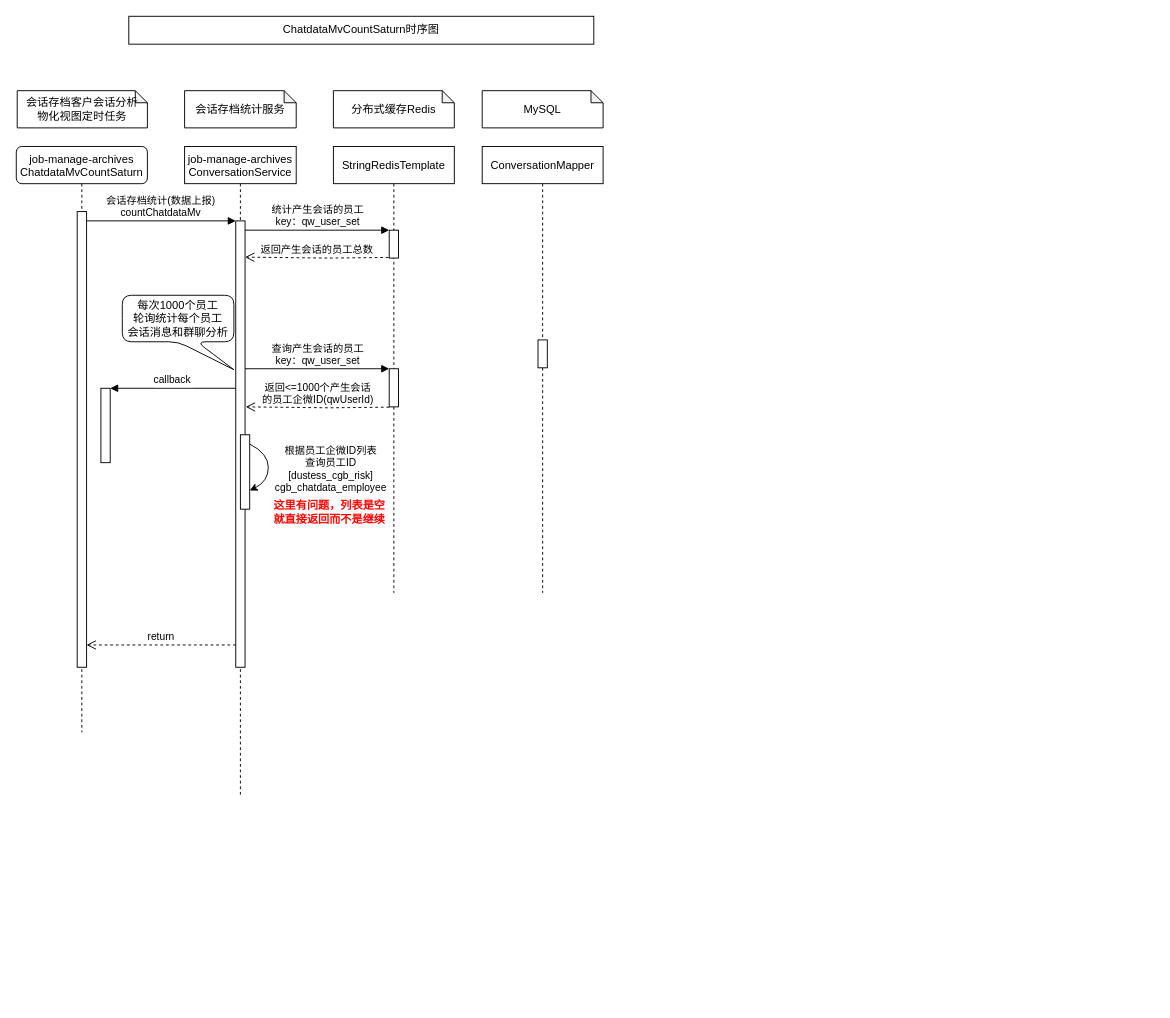
Before: ChatdataMvCountSaturn时序图.drawio in wpbxin/diagrams, a draw.io diagram. Source tidied: cells renumbered, new cells numbered last; positions are measured from the earlier drawing's top-left corner, leaving out a move shared by most shapes. Both pictures are drawn from the tidied source at 93%, with x=0, y=0 at pixel (16, 16).
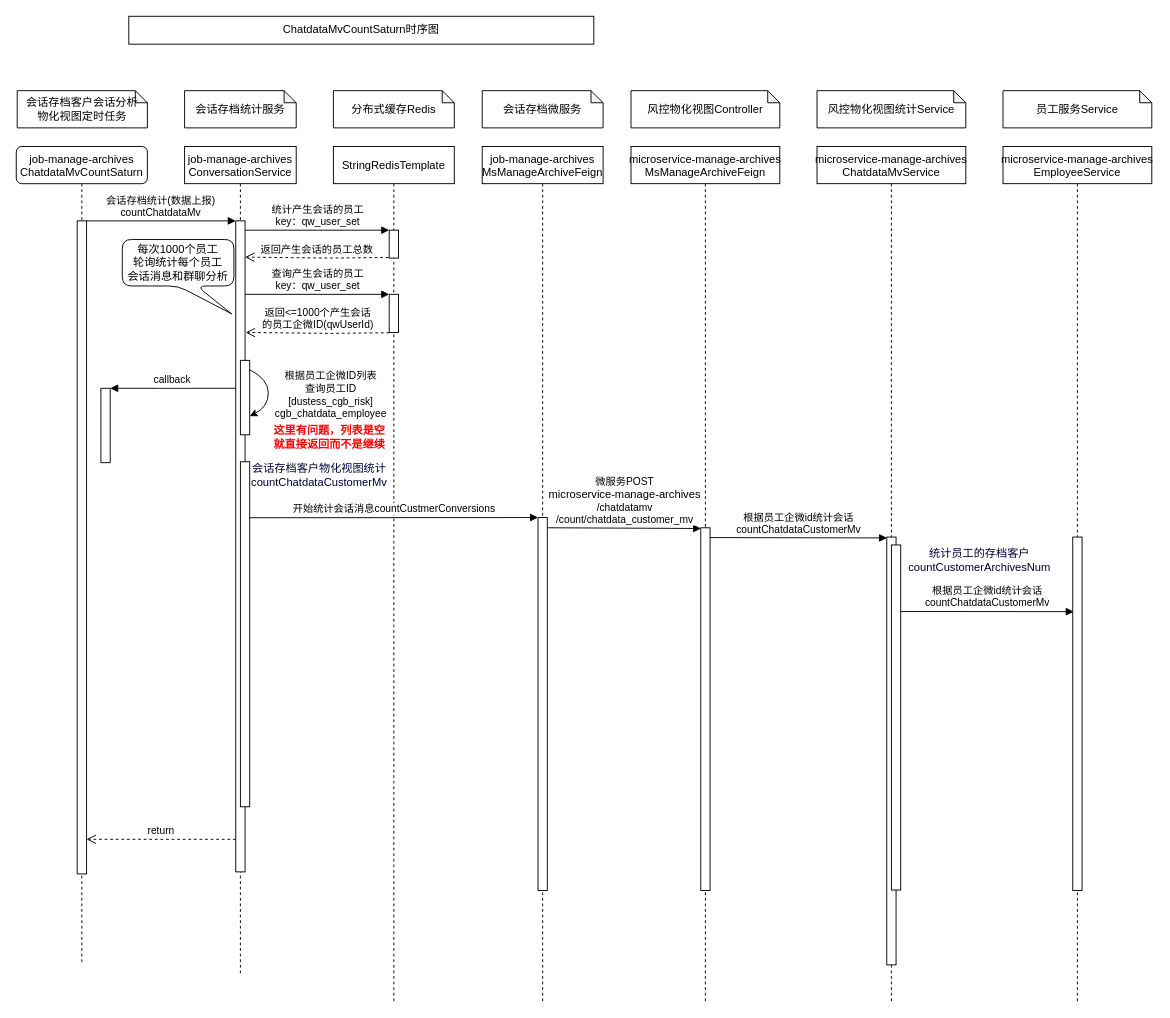
The same diagram, later.

Diff of the diagram source:
```diff
@@
     <mxCell id="2" value="job-manage-archives&#10;ConversationService" style="shape=umlLifeline;perimeter=lifelinePerimeter;rounded=0;shadow=0;strokeWidth=1;" parent="1" vertex="1">
-      <mxGeometry x="181" y="140" width="120" height="700" as="geometry" />
+      <mxGeometry x="181" y="140" width="120" height="890" as="geometry" />
     </mxCell>
     <mxCell id="3" style="points=[];perimeter=orthogonalPerimeter;rounded=0;shadow=0;strokeWidth=1;" parent="2" vertex="1">
-      <mxGeometry x="55" y="80" width="10" height="480" as="geometry" />
+      <mxGeometry x="55" y="80" width="10" height="700" as="geometry" />
     </mxCell>
     <mxCell id="4" style="perimeter=orthogonalPerimeter;rounded=0;shadow=0;strokeWidth=1;" parent="2" vertex="1">
-      <mxGeometry x="60" y="310" width="10" height="80" as="geometry" />
+      <mxGeometry x="60" y="230" width="10" height="80" as="geometry" />
     </mxCell>
+    <mxCell id="30" style="perimeter=orthogonalPerimeter;rounded=0;shadow=0;strokeWidth=1;" parent="2" vertex="1">
+      <mxGeometry x="60" y="339" width="10" height="371" as="geometry" />
+    </mxCell>
+    <mxCell id="31" value="&lt;font color=&quot;#000033&quot;&gt;会话存档客户物化视图统计&lt;br&gt;countChatdataCustomerMv&lt;/font&gt;" style="text;html=1;strokeColor=none;fillColor=none;align=center;verticalAlign=middle;whiteSpace=wrap;rounded=0;" parent="2" vertex="1">
+      <mxGeometry x="70" y="339" width="150" height="30" as="geometry" />
+    </mxCell>
@@
     <mxCell id="12" value="StringRedisTemplate" style="shape=umlLifeline;perimeter=lifelinePerimeter;rounded=0;shadow=0;strokeWidth=1;" parent="1" vertex="1">
-      <mxGeometry x="341" y="140" width="130" height="480" as="geometry" />
+      <mxGeometry x="341" y="140" width="130" height="920" as="geometry" />
     </mxCell>
@@
     <mxCell id="14" style="perimeter=orthogonalPerimeter;rounded=0;shadow=0;strokeWidth=1;" parent="12" vertex="1">
-      <mxGeometry x="60" y="239" width="10" height="41" as="geometry" />
+      <mxGeometry x="60" y="159" width="10" height="41" as="geometry" />
     </mxCell>
     <mxCell id="15" value="查询产生会话的员工&lt;br&gt;key：qw_user_set" style="html=1;verticalAlign=bottom;endArrow=block;rounded=0;" parent="12" edge="1">
       <mxGeometry relative="1" as="geometry">
-        <mxPoint x="-95" y="239" as="sourcePoint" />
-        <mxPoint x="60" y="239" as="targetPoint" />
+        <mxPoint x="-95" y="159" as="sourcePoint" />
+        <mxPoint x="60" y="159" as="targetPoint" />
       </mxGeometry>
     </mxCell>
     <mxCell id="16" value="&lt;b&gt;&lt;font color=&quot;#ff0000&quot;&gt;这里有问题，列表是空就直接返回而不是继续&lt;/font&gt;&lt;/b&gt;" style="text;html=1;strokeColor=none;fillColor=none;align=center;verticalAlign=middle;whiteSpace=wrap;rounded=0;" parent="12" vertex="1">
-      <mxGeometry x="-69" y="378" width="130" height="30" as="geometry" />
+      <mxGeometry x="-69" y="298" width="130" height="30" as="geometry" />
     </mxCell>
@@
     <mxCell id="19" style="group;" parent="1" vertex="1">
-      <mxGeometry y="140" width="141" height="630" as="geometry" />
+      <mxGeometry y="140" width="141" height="880" as="geometry" />
     </mxCell>
     <mxCell id="20" value="job-manage-archives&#10;ChatdataMvCountSaturn" style="shape=umlLifeline;perimeter=lifelinePerimeter;rounded=1;shadow=0;strokeWidth=1;" parent="19" vertex="1">
-      <mxGeometry width="141" height="630" as="geometry" />
+      <mxGeometry width="141" height="880" as="geometry" />
     </mxCell>
     <mxCell id="21" style="points=[];perimeter=orthogonalPerimeter;rounded=0;shadow=0;strokeWidth=1;" parent="19" vertex="1">
-      <mxGeometry x="65.5" y="70" width="10.1" height="490" as="geometry" />
+      <mxGeometry x="65.5" y="80" width="10.1" height="702.2" as="geometry" />
     </mxCell>
@@
-    <mxCell id="23" value="MySQL" style="shape=note;whiteSpace=wrap;html=1;backgroundOutline=1;darkOpacity=0.05;size=13;" parent="1" vertex="1">
+    <mxCell id="23" value="会话存档微服务" style="shape=note;whiteSpace=wrap;html=1;backgroundOutline=1;darkOpacity=0.05;size=13;" parent="1" vertex="1">
       <mxGeometry x="501" y="80" width="130" height="40" as="geometry" />
     </mxCell>
-    <mxCell id="24" value="ConversationMapper" style="shape=umlLifeline;perimeter=lifelinePerimeter;rounded=0;shadow=0;strokeWidth=1;" parent="1" vertex="1">
-      <mxGeometry x="501" y="140" width="130" height="480" as="geometry" />
+    <mxCell id="24" value="job-manage-archives&#10;MsManageArchiveFeign" style="shape=umlLifeline;perimeter=lifelinePerimeter;rounded=0;shadow=0;strokeWidth=1;" parent="1" vertex="1">
+      <mxGeometry x="501" y="140" width="130" height="920" as="geometry" />
     </mxCell>
     <mxCell id="25" style="perimeter=orthogonalPerimeter;rounded=0;shadow=0;strokeWidth=1;" parent="24" vertex="1">
-      <mxGeometry x="60" y="208" width="10" height="30" as="geometry" />
+      <mxGeometry x="60" y="399" width="10" height="401" as="geometry" />
     </mxCell>
     <mxCell id="26" value="返回&amp;lt;=1000个产生会话&lt;br&gt;的员工企微ID(qwUserId)" style="html=1;verticalAlign=bottom;endArrow=open;dashed=1;endSize=8;rounded=0;exitX=-0.067;exitY=0.978;exitDx=0;exitDy=0;exitPerimeter=0;" parent="1" edge="1">
       <mxGeometry relative="1" as="geometry">
-        <mxPoint x="401" y="420.3" as="sourcePoint" />
-        <mxPoint x="246.7" y="420" as="targetPoint" />
+        <mxPoint x="401" y="340.3" as="sourcePoint" />
+        <mxPoint x="246.7" y="340" as="targetPoint" />
         <Array as="points">
-          <mxPoint x="336.7" y="421" />
+          <mxPoint x="336.7" y="341" />
         </Array>
       </mxGeometry>
     </mxCell>
     <mxCell id="27" style="curved=1;endArrow=classic;html=1;rounded=0;" parent="1" edge="1">
       <mxGeometry relative="1" as="geometry">
-        <mxPoint x="251" y="460" as="sourcePoint" />
-        <mxPoint x="251" y="510" as="targetPoint" />
+        <mxPoint x="251" y="380" as="sourcePoint" />
+        <mxPoint x="251" y="430" as="targetPoint" />
         <Array as="points">
-          <mxPoint x="271" y="470" />
-          <mxPoint x="271" y="500" />
+          <mxPoint x="271" y="390" />
+          <mxPoint x="271" y="420" />
         </Array>
       </mxGeometry>
     </mxCell>
@@
-    <mxCell id="29" value="每次1000个员工&lt;br&gt;轮询统计每个员工&lt;br&gt;会话消息和群聊分析" style="shape=callout;whiteSpace=wrap;html=1;perimeter=calloutPerimeter;rounded=1;position2=1;" parent="1" vertex="1">
-      <mxGeometry x="114" y="300" width="120" height="80" as="geometry" />
+    <mxCell id="29" value="每次1000个员工&lt;br&gt;轮询统计每个员工&lt;br&gt;会话消息和群聊分析" style="shape=callout;whiteSpace=wrap;html=1;perimeter=calloutPerimeter;rounded=1;position2=0.98;" parent="1" vertex="1">
+      <mxGeometry x="114" y="240" width="120" height="80" as="geometry" />
     </mxCell>
+    <mxCell id="32" value="开始统计会话消息countCustmerConversions" style="html=1;verticalAlign=bottom;endArrow=block;rounded=0;exitX=0.957;exitY=0.156;exitDx=0;exitDy=0;exitPerimeter=0;" parent="1" edge="1">
+      <mxGeometry relative="1" as="geometry">
+        <mxPoint x="250.6" y="539.2" as="sourcePoint" />
+        <mxPoint x="561" y="539" as="targetPoint" />
+      </mxGeometry>
+    </mxCell>
+    <mxCell id="33" value="风控物化视图Controller" style="shape=note;whiteSpace=wrap;html=1;backgroundOutline=1;darkOpacity=0.05;size=13;" parent="1" vertex="1">
+      <mxGeometry x="661" y="80" width="160" height="40" as="geometry" />
+    </mxCell>
+    <mxCell id="34" value="microservice-manage-archives&#10;MsManageArchiveFeign" style="shape=umlLifeline;perimeter=lifelinePerimeter;rounded=0;shadow=0;strokeWidth=1;" parent="1" vertex="1">
+      <mxGeometry x="661" y="140" width="160" height="920" as="geometry" />
+    </mxCell>
+    <mxCell id="35" style="points=[];perimeter=orthogonalPerimeter;rounded=0;shadow=0;strokeWidth=1;" parent="34" vertex="1">
+      <mxGeometry x="75" y="410" width="10" height="390" as="geometry" />
+    </mxCell>
+    <mxCell id="36" value="&lt;span style=&quot;background-color: rgb(255 , 255 , 255)&quot;&gt;微服务POST&lt;br&gt;&lt;span style=&quot;font-size: 12px&quot;&gt;microservice-manage-archives&lt;/span&gt;&lt;br&gt;/chatdatamv&lt;br&gt;/count/chatdata_customer_mv&lt;/span&gt;" style="html=1;verticalAlign=bottom;endArrow=block;rounded=0;entryX=0.029;entryY=0.002;entryDx=0;entryDy=0;entryPerimeter=0;" parent="34" edge="1" target="35">
+      <mxGeometry relative="1" as="geometry">
+        <mxPoint x="-90" y="410" as="sourcePoint" />
+      </mxGeometry>
+    </mxCell>
+    <mxCell id="37" value="风控物化视图统计Service" style="shape=note;whiteSpace=wrap;html=1;backgroundOutline=1;darkOpacity=0.05;size=13;" parent="1" vertex="1">
+      <mxGeometry x="861" y="80" width="160" height="40" as="geometry" />
+    </mxCell>
+    <mxCell id="38" value="microservice-manage-archives&#10;ChatdataMvService" style="shape=umlLifeline;perimeter=lifelinePerimeter;rounded=0;shadow=0;strokeWidth=1;" parent="1" vertex="1">
+      <mxGeometry x="861" y="140" width="160" height="920" as="geometry" />
+    </mxCell>
+    <mxCell id="39" style="points=[];perimeter=orthogonalPerimeter;rounded=0;shadow=0;strokeWidth=1;" parent="38" vertex="1">
+      <mxGeometry x="75" y="420" width="10" height="460" as="geometry" />
+    </mxCell>
+    <mxCell id="40" style="perimeter=orthogonalPerimeter;rounded=0;shadow=0;strokeWidth=1;" parent="38" vertex="1">
+      <mxGeometry x="80" y="428.5" width="10" height="371" as="geometry" />
+    </mxCell>
+    <mxCell id="41" value="根据员工企微id统计会话&lt;br&gt;countChatdataCustomerMv" style="html=1;verticalAlign=bottom;endArrow=block;rounded=0;entryX=0.029;entryY=0.002;entryDx=0;entryDy=0;entryPerimeter=0;exitX=0.987;exitY=0.027;exitDx=0;exitDy=0;exitPerimeter=0;" parent="1" edge="1" source="35" target="39">
+      <mxGeometry relative="1" as="geometry" />
+    </mxCell>
+    <mxCell id="42" value="&lt;font color=&quot;#000033&quot;&gt;统计员工的存档客户&lt;br&gt;countCustomerArchivesNum&lt;/font&gt;" style="text;html=1;strokeColor=none;fillColor=none;align=center;verticalAlign=middle;whiteSpace=wrap;rounded=0;" parent="1" vertex="1">
+      <mxGeometry x="951" y="570" width="170" height="30" as="geometry" />
+    </mxCell>
+    <mxCell id="43" value="员工服务Service" style="shape=note;whiteSpace=wrap;html=1;backgroundOutline=1;darkOpacity=0.05;size=13;" parent="1" vertex="1">
+      <mxGeometry x="1061" y="80" width="160" height="40" as="geometry" />
+    </mxCell>
+    <mxCell id="44" value="microservice-manage-archives&#10;EmployeeService" style="shape=umlLifeline;perimeter=lifelinePerimeter;rounded=0;shadow=0;strokeWidth=1;" parent="1" vertex="1">
+      <mxGeometry x="1061" y="140" width="160" height="920" as="geometry" />
+    </mxCell>
+    <mxCell id="45" style="perimeter=orthogonalPerimeter;rounded=0;shadow=0;strokeWidth=1;" parent="44" vertex="1">
+      <mxGeometry x="75" y="420" width="10" height="380" as="geometry" />
+    </mxCell>
+    <mxCell id="46" value="根据员工企微id统计会话&lt;br&gt;countChatdataCustomerMv" style="html=1;verticalAlign=bottom;endArrow=block;rounded=0;entryX=0.5;entryY=0.211;entryDx=0;entryDy=0;entryPerimeter=0;" parent="44" edge="1">
+      <mxGeometry relative="1" as="geometry">
+        <mxPoint x="-110" y="500" as="sourcePoint" />
+        <mxPoint x="76" y="500.2" as="targetPoint" />
+      </mxGeometry>
+    </mxCell>
```
